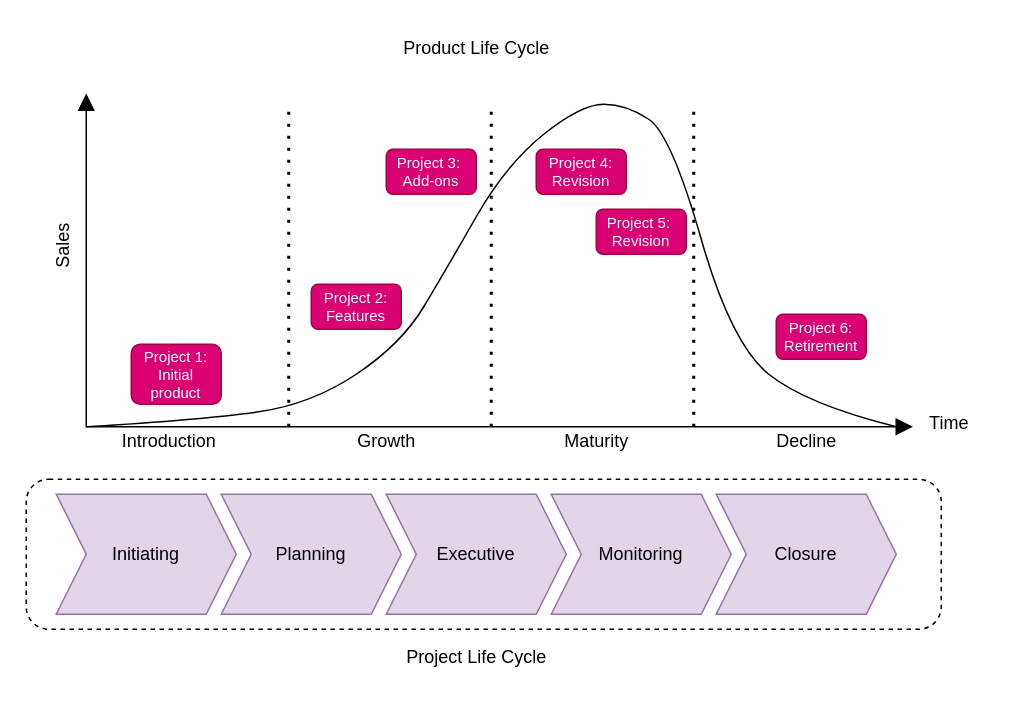
This is ProjectProductOverlap.drawio from Sky-monster/Diagrams, a draw.io file, before an edit. Source tidied: cells renumbered, new cells numbered last; positions are measured from the earlier drawing's top-left corner, leaving out a move shared by most shapes. Both pictures are drawn from the tidied source at 150%, with x=0, y=0 at pixel (26, -136).
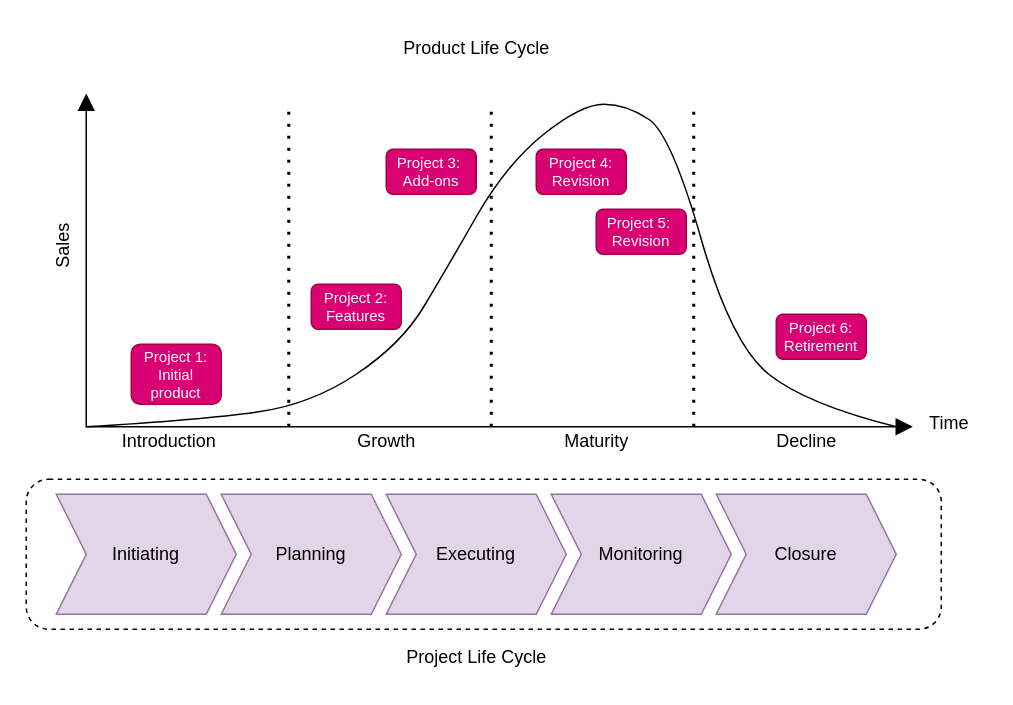
After the change.

Change to the diagram source:
```diff
@@
-    <mxCell id="8" value="Executive" style="shape=step;perimeter=stepPerimeter;whiteSpace=wrap;html=1;fixedSize=1;fillColor=#e1d5e7;strokeColor=#9673a6;" parent="1" vertex="1">
+    <mxCell id="8" value="Executing" style="shape=step;perimeter=stepPerimeter;whiteSpace=wrap;html=1;fixedSize=1;fillColor=#e1d5e7;strokeColor=#9673a6;" parent="1" vertex="1">
       <mxGeometry x="240" y="420" width="120" height="80" as="geometry" />
     </mxCell>
```
